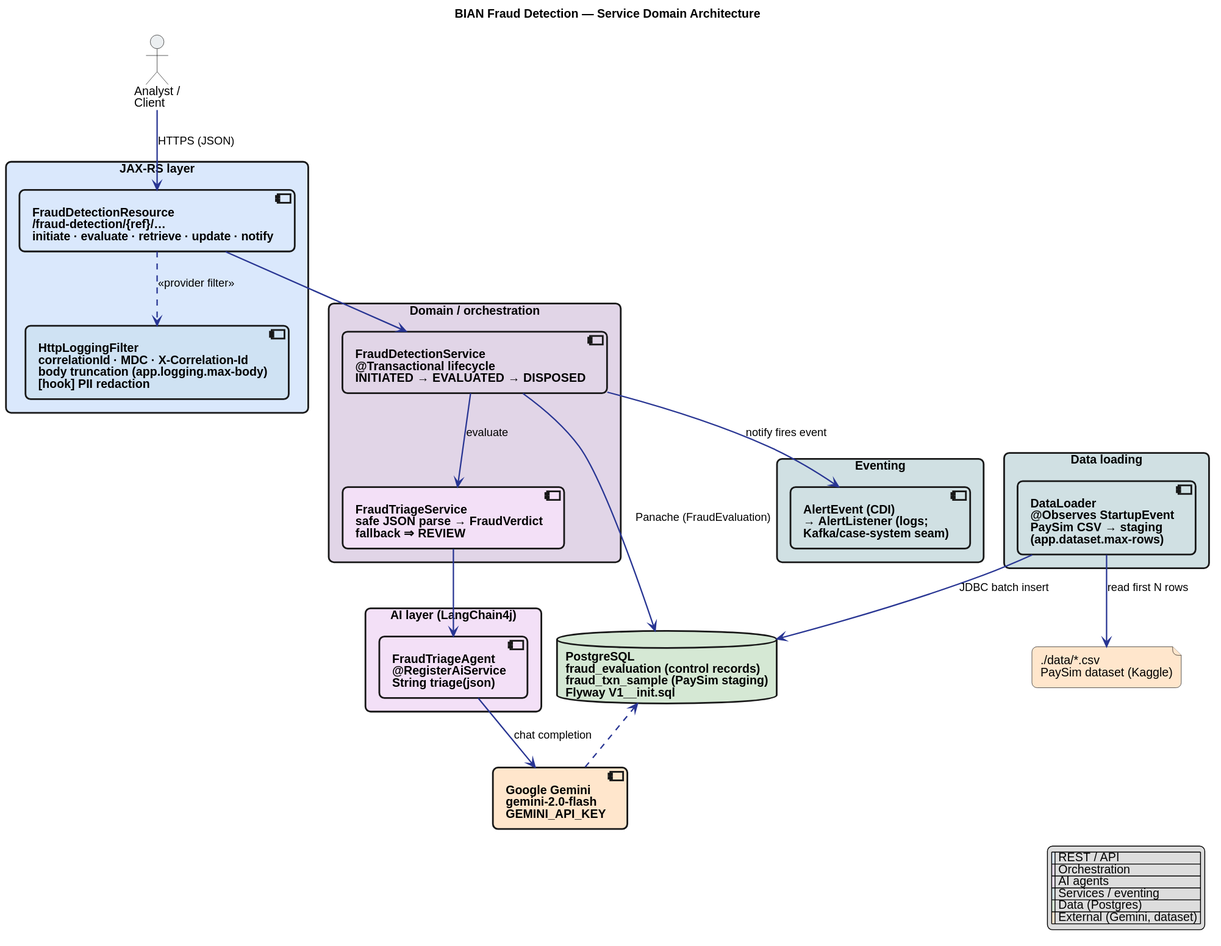
Above: docs/architecture.svg in ksktechai/bian-fraud-detection (PlantUML), before the change.
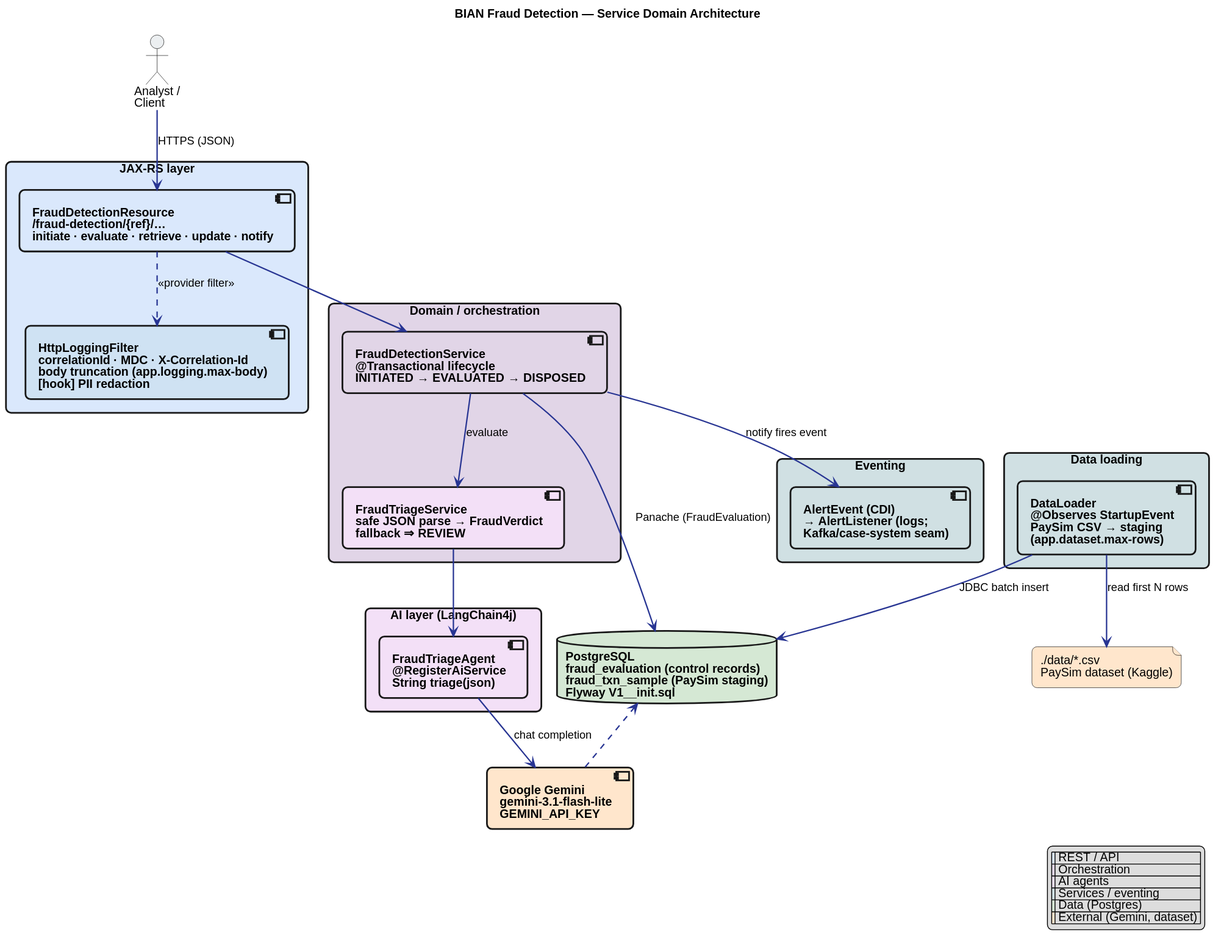
After the commit.

Commit message:
Default to gemini-3.1-flash-lite (free tier) + LLM-failure resilience

The edit, as a diff of the source:
```diff
@@ -44,7 +44,7 @@
 }
 
 database "PostgreSQL\nfraud_evaluation (control records)\nfraud_txn_sample (PaySim staging)\nFlyway V1__init.sql" as DB #d5e8d4
-component "Google Gemini\ngemini-2.0-flash\nGEMINI_API_KEY" as LLM #ffe6cc
+component "Google Gemini\ngemini-3.1-flash-lite\nGEMINI_API_KEY" as LLM #ffe6cc
 file "./data/*.csv\nPaySim dataset (Kaggle)" as CSV #ffe6cc
 
 Client --> API : HTTPS (JSON)
```
